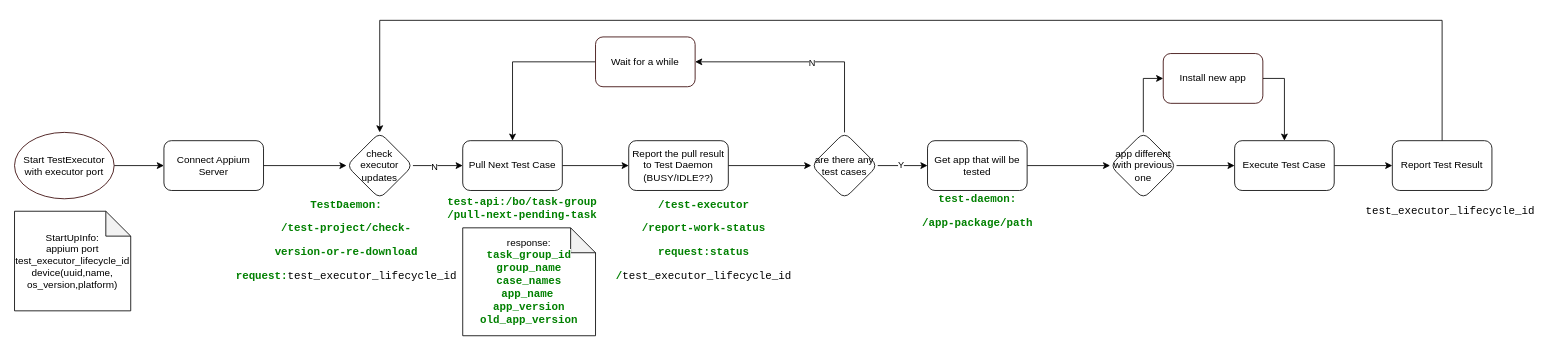
This is page "Test Executor" (6 of 6) of App Automation 2.0.drawio from michellec2021/appium-demo, a draw.io file, before an edit. Source tidied: cells renumbered, new cells numbered last; positions are measured from the earlier drawing's top-left corner, leaving out a move shared by most shapes. Both pictures are drawn from the tidied source at 83%, with x=0, y=0 at pixel (14, 20).
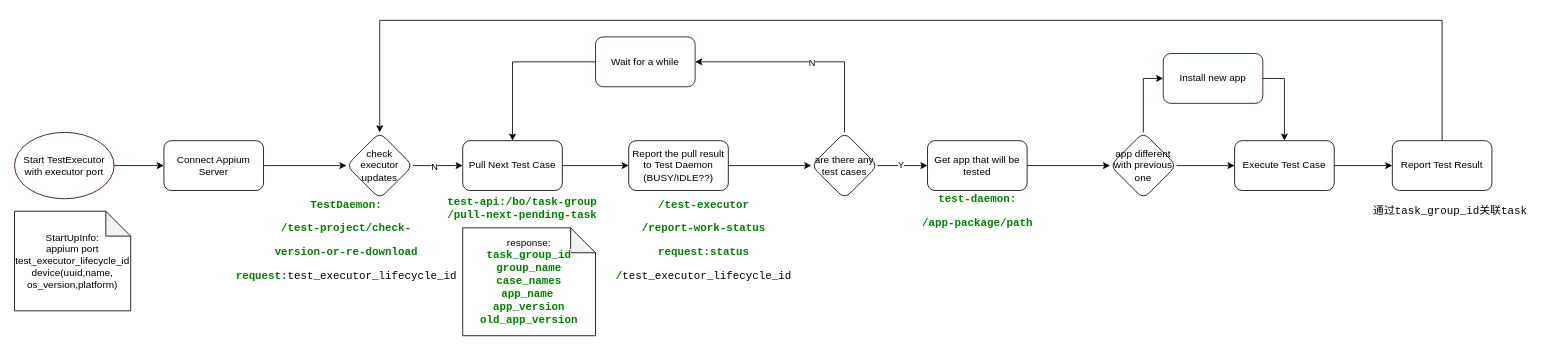
The same diagram, later.

Diff of the diagram source:
```diff
@@
-    <mxCell id="36" value="&lt;pre style=&quot;background-color: rgb(255, 255, 255); font-family: &amp;quot;JetBrains Mono&amp;quot;, monospace; font-size: 9.8pt;&quot;&gt;test_executor_lifecycle_id&lt;/pre&gt;" style="text;html=1;strokeColor=none;fillColor=none;align=center;verticalAlign=middle;whiteSpace=wrap;rounded=0;" parent="1" vertex="1">
+    <mxCell id="36" value="&lt;pre style=&quot;background-color: rgb(255, 255, 255); font-family: &amp;quot;JetBrains Mono&amp;quot;, monospace; font-size: 9.8pt;&quot;&gt;通过task_group_id关联task&lt;/pre&gt;" style="text;html=1;strokeColor=none;fillColor=none;align=center;verticalAlign=middle;whiteSpace=wrap;rounded=0;" parent="1" vertex="1">
       <mxGeometry x="1700" y="215" width="60" height="30" as="geometry" />
     </mxCell>
```
